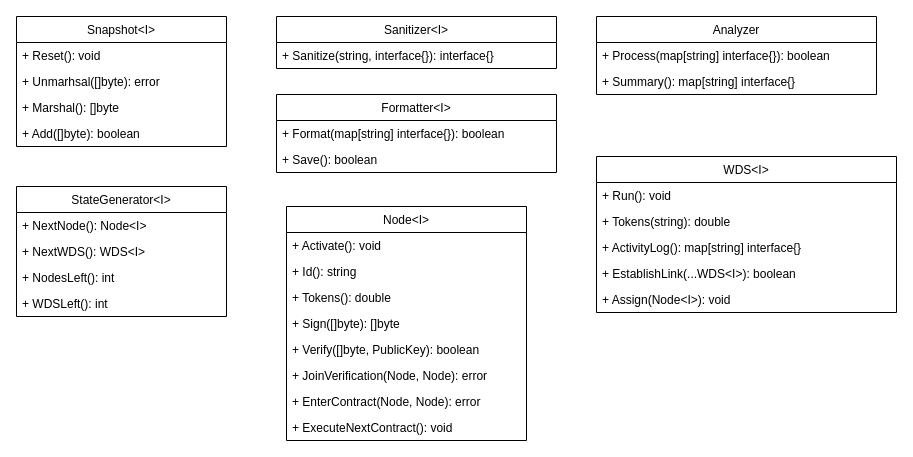
Earlier version of the draw.io diagram page "Page-3" (3 of 3) of specs/DesignSpecs.drawio (arstevens/hive-sim). Source tidied: cells renumbered, new cells numbered last; positions are measured from the earlier drawing's top-left corner, leaving out a move shared by most shapes. Both pictures are drawn from the tidied source at 100%, with x=0, y=0 at pixel (16, 16).
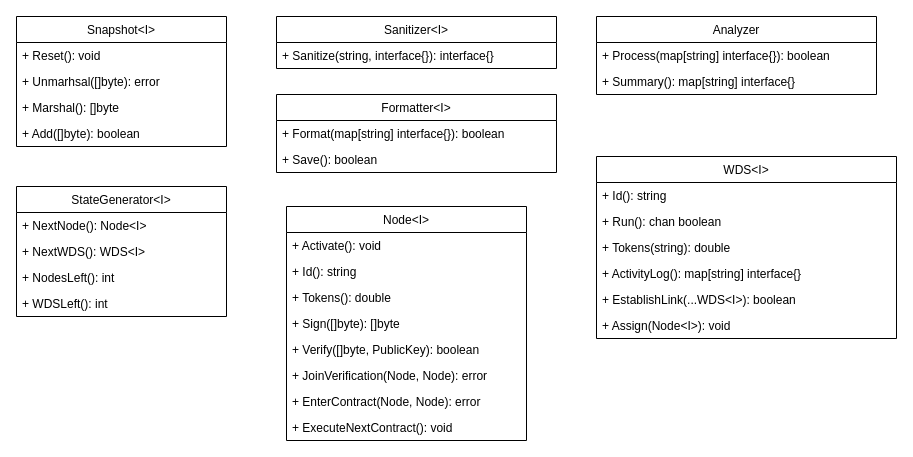
After the change.

What changed in the source:
```diff
@@
     <mxCell id="20" value="WDS&lt;I&gt;" style="swimlane;fontStyle=0;horizontal=1;startSize=26;fillColor=none;" parent="1" vertex="1">
-      <mxGeometry x="580" y="140" width="300" height="156" as="geometry" />
+      <mxGeometry x="580" y="140" width="300" height="182" as="geometry" />
     </mxCell>
+    <mxCell id="35" value="+ Id(): string" style="text;strokeColor=none;fillColor=none;align=left;verticalAlign=top;spacingLeft=4;spacingRight=4;overflow=hidden;" parent="20" vertex="1">
+      <mxGeometry y="26" width="300" height="26" as="geometry" />
+    </mxCell>
-    <mxCell id="21" value="+ Run(): void" style="text;strokeColor=none;fillColor=none;align=left;verticalAlign=top;spacingLeft=4;spacingRight=4;overflow=hidden;" parent="20" vertex="1">
-      <mxGeometry y="26" width="300" height="26" as="geometry" />
+    <mxCell id="21" value="+ Run(): chan boolean" style="text;strokeColor=none;fillColor=none;align=left;verticalAlign=top;spacingLeft=4;spacingRight=4;overflow=hidden;" parent="20" vertex="1">
+      <mxGeometry y="52" width="300" height="26" as="geometry" />
     </mxCell>
     <mxCell id="22" value="+ Tokens(string): double" style="text;strokeColor=none;fillColor=none;align=left;verticalAlign=top;spacingLeft=4;spacingRight=4;overflow=hidden;" parent="20" vertex="1">
-      <mxGeometry y="52" width="300" height="26" as="geometry" />
+      <mxGeometry y="78" width="300" height="26" as="geometry" />
     </mxCell>
     <mxCell id="23" value="+ ActivityLog(): map[string] interface{}" style="text;strokeColor=none;fillColor=none;align=left;verticalAlign=top;spacingLeft=4;spacingRight=4;overflow=hidden;" parent="20" vertex="1">
-      <mxGeometry y="78" width="300" height="26" as="geometry" />
+      <mxGeometry y="104" width="300" height="26" as="geometry" />
     </mxCell>
     <mxCell id="24" value="+ EstablishLink(...WDS&lt;I&gt;): boolean" style="text;strokeColor=none;fillColor=none;align=left;verticalAlign=top;spacingLeft=4;spacingRight=4;overflow=hidden;" parent="20" vertex="1">
-      <mxGeometry y="104" width="300" height="26" as="geometry" />
+      <mxGeometry y="130" width="300" height="26" as="geometry" />
     </mxCell>
     <mxCell id="25" value="+ Assign(Node&lt;I&gt;): void" style="text;strokeColor=none;fillColor=none;align=left;verticalAlign=top;spacingLeft=4;spacingRight=4;overflow=hidden;" parent="20" vertex="1">
-      <mxGeometry y="130" width="300" height="26" as="geometry" />
+      <mxGeometry y="156" width="300" height="26" as="geometry" />
     </mxCell>
```
